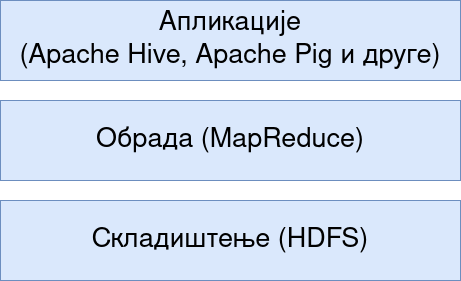
Earlier version of the draw.io export thesis_serbian/master-thesis-tex-source/pictures/hadoop_apps.png (davgav123/geo-locator). Source tidied: cells renumbered, new cells last; positions are measured from the earlier drawing's top-left corner, leaving out a move shared by most shapes. Its diagram source:
```xml
<mxGraphModel>
  <root>
    <mxCell id="0" />
    <mxCell id="1" parent="0" />
    <mxCell id="2" value="&lt;div style=&quot;font-size: 27px;&quot;&gt;&lt;font style=&quot;font-size: 27px;&quot;&gt;Апликације &lt;br&gt;&lt;/font&gt;&lt;/div&gt;&lt;div style=&quot;font-size: 27px;&quot;&gt;&lt;font style=&quot;font-size: 27px;&quot;&gt;(Apache Hive, Apache Pig и друге)&lt;/font&gt;&lt;/div&gt;" style="rounded=0;whiteSpace=wrap;html=1;fillColor=#dae8fc;strokeColor=#6c8ebf;" parent="1" vertex="1">
      <mxGeometry width="460" height="80" as="geometry" />
    </mxCell>
    <mxCell id="3" value="&lt;font style=&quot;font-size: 27px;&quot;&gt;&lt;font style=&quot;font-size: 27px;&quot;&gt;Обрада (MapReduce)&lt;/font&gt;&lt;br&gt;&lt;/font&gt;" style="rounded=0;whiteSpace=wrap;html=1;fillColor=#dae8fc;strokeColor=#6c8ebf;" parent="1" vertex="1">
      <mxGeometry y="100" width="460" height="80" as="geometry" />
    </mxCell>
    <mxCell id="4" value="&lt;font style=&quot;font-size: 27px;&quot;&gt;&lt;font style=&quot;font-size: 27px;&quot;&gt;Складиштење (HDFS)&lt;/font&gt;&lt;br&gt;&lt;/font&gt;" style="rounded=0;whiteSpace=wrap;html=1;fillColor=#dae8fc;strokeColor=#6c8ebf;" parent="1" vertex="1">
      <mxGeometry y="200" width="460" height="80" as="geometry" />
    </mxCell>
  </root>
</mxGraphModel>
```
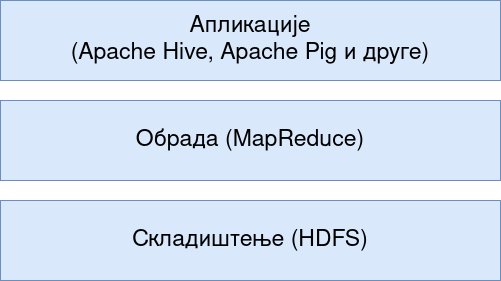
After the change.

Diff of the diagram source:
```diff
@@ -2,14 +2,14 @@
   <root>
     <mxCell id="0" />
     <mxCell id="1" parent="0" />
-    <mxCell id="2" value="&lt;div style=&quot;font-size: 27px;&quot;&gt;&lt;font style=&quot;font-size: 27px;&quot;&gt;Апликације &lt;br&gt;&lt;/font&gt;&lt;/div&gt;&lt;div style=&quot;font-size: 27px;&quot;&gt;&lt;font style=&quot;font-size: 27px;&quot;&gt;(Apache Hive, Apache Pig и друге)&lt;/font&gt;&lt;/div&gt;" style="rounded=0;whiteSpace=wrap;html=1;fillColor=#dae8fc;strokeColor=#6c8ebf;" parent="1" vertex="1">
-      <mxGeometry width="460" height="80" as="geometry" />
+    <mxCell id="2" value="&lt;div style=&quot;font-size: 23px;&quot;&gt;&lt;font style=&quot;font-size: 23px;&quot;&gt;Апликације &lt;br&gt;&lt;/font&gt;&lt;/div&gt;&lt;div style=&quot;font-size: 23px;&quot;&gt;&lt;font style=&quot;font-size: 23px;&quot;&gt;(Apache Hive, Apache Pig и друге)&lt;/font&gt;&lt;/div&gt;" style="rounded=0;whiteSpace=wrap;html=1;fillColor=#dae8fc;strokeColor=#6c8ebf;" parent="1" vertex="1">
+      <mxGeometry width="500" height="80" as="geometry" />
     </mxCell>
-    <mxCell id="3" value="&lt;font style=&quot;font-size: 27px;&quot;&gt;&lt;font style=&quot;font-size: 27px;&quot;&gt;Обрада (MapReduce)&lt;/font&gt;&lt;br&gt;&lt;/font&gt;" style="rounded=0;whiteSpace=wrap;html=1;fillColor=#dae8fc;strokeColor=#6c8ebf;" parent="1" vertex="1">
-      <mxGeometry y="100" width="460" height="80" as="geometry" />
+    <mxCell id="3" value="&lt;font style=&quot;font-size: 23px;&quot;&gt;&lt;font style=&quot;font-size: 23px;&quot;&gt;Обрада (MapReduce)&lt;/font&gt;&lt;br&gt;&lt;/font&gt;" style="rounded=0;whiteSpace=wrap;html=1;fillColor=#dae8fc;strokeColor=#6c8ebf;" parent="1" vertex="1">
+      <mxGeometry y="100" width="500" height="80" as="geometry" />
     </mxCell>
-    <mxCell id="4" value="&lt;font style=&quot;font-size: 27px;&quot;&gt;&lt;font style=&quot;font-size: 27px;&quot;&gt;Складиштење (HDFS)&lt;/font&gt;&lt;br&gt;&lt;/font&gt;" style="rounded=0;whiteSpace=wrap;html=1;fillColor=#dae8fc;strokeColor=#6c8ebf;" parent="1" vertex="1">
-      <mxGeometry y="200" width="460" height="80" as="geometry" />
+    <mxCell id="4" value="&lt;font style=&quot;font-size: 23px;&quot;&gt;&lt;font style=&quot;font-size: 23px;&quot;&gt;Складиштење (HDFS)&lt;/font&gt;&lt;br&gt;&lt;/font&gt;" style="rounded=0;whiteSpace=wrap;html=1;fillColor=#dae8fc;strokeColor=#6c8ebf;" parent="1" vertex="1">
+      <mxGeometry y="200" width="500" height="80" as="geometry" />
     </mxCell>
   </root>
 </mxGraphModel>
```
